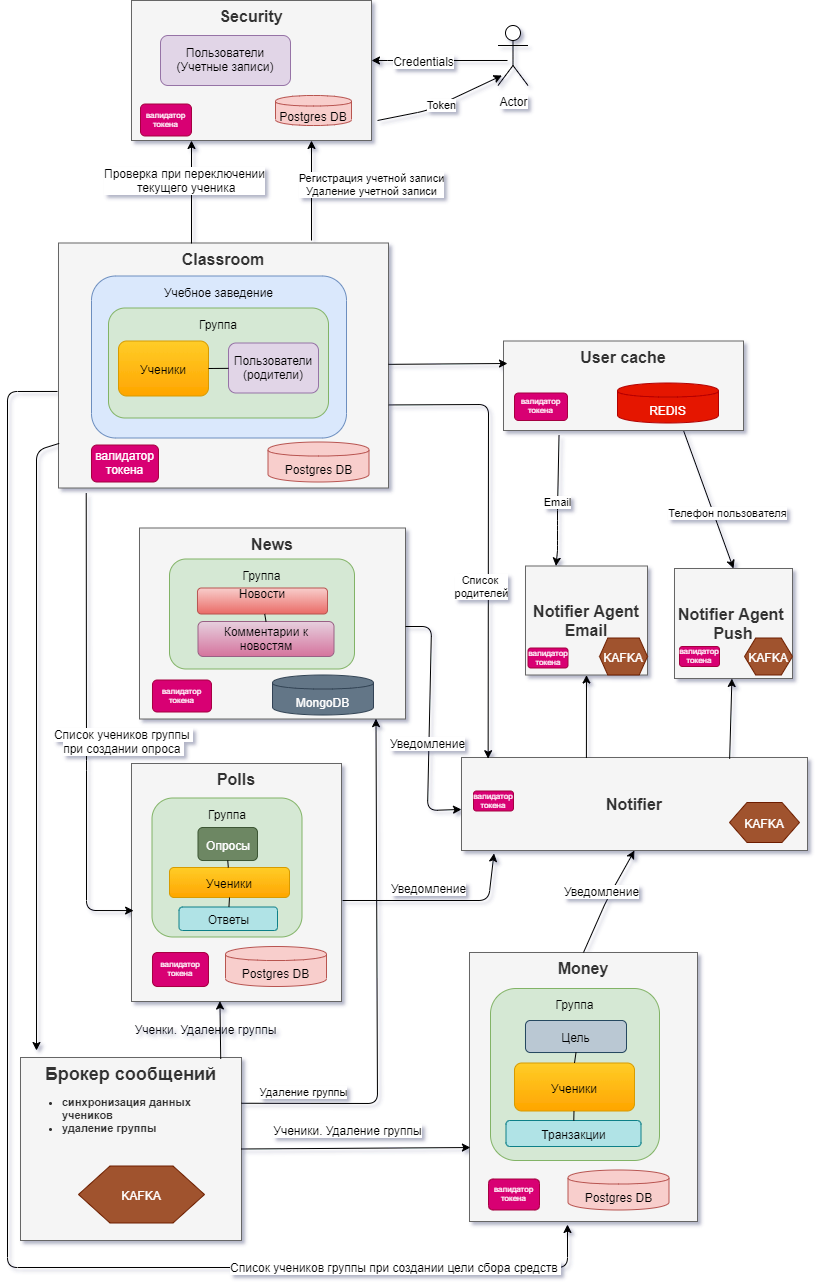
pleshakoff/pc-root keeps this draw.io diagram as pics/parcom_hw5.png. Above is the earlier version. Source tidied: cells renumbered, new cells last; positions are measured from the earlier drawing's top-left corner, leaving out a move shared by most shapes.
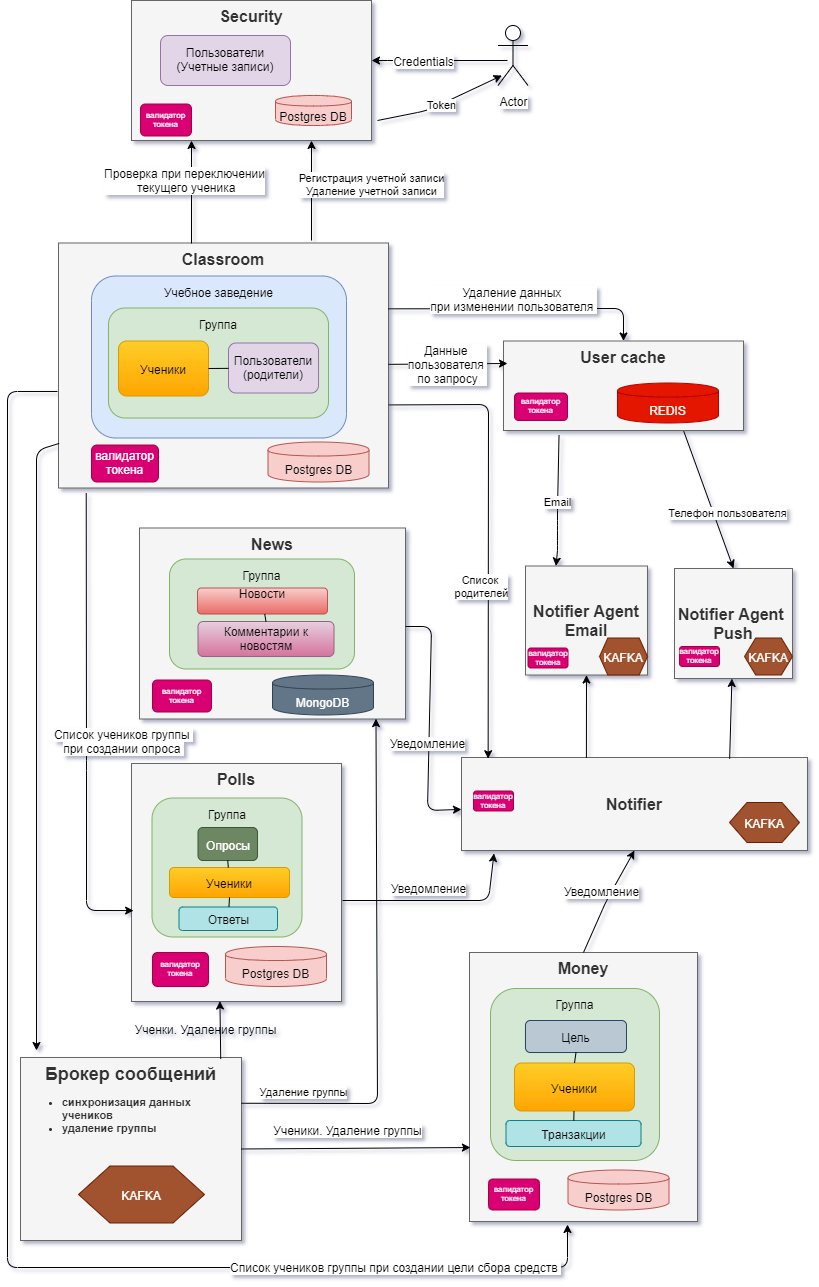
Above is the later version.

Commit message:
Обновление схемы и описания

Diff of the diagram source:
```diff
@@ -310,12 +310,30 @@
         <mxPoint x="500" y="363" as="targetPoint" />
       </mxGeometry>
     </mxCell>
+    <mxCell id="84" value="Данные &lt;br&gt;пользователя &lt;br&gt;по запросу" style="text;html=1;align=center;verticalAlign=middle;labelBackgroundColor=#ffffff;" parent="79" vertex="1">
+      <mxGeometry x="0.19" y="-3" relative="1" as="geometry">
+        <mxPoint x="-12" y="-1.3" as="offset" />
+      </mxGeometry>
+    </mxCell>
     <mxCell id="80" value="валидатор токена" style="rounded=1;whiteSpace=wrap;html=1;fillColor=#d80073;strokeColor=#A50040;fontColor=#ffffff;fontSize=8;" parent="1" vertex="1">
       <mxGeometry x="507" y="392.5" width="53" height="27.5" as="geometry" />
     </mxCell>
     <mxCell id="81" value="REDIS" style="shape=cylinder;whiteSpace=wrap;html=1;boundedLbl=1;backgroundOutline=1;fillColor=#e51400;strokeColor=#B20000;fontColor=#ffffff;" parent="1" vertex="1">
       <mxGeometry x="610" y="382.5" width="101" height="40" as="geometry" />
     </mxCell>
+    <mxCell id="85" style="endArrow=classic;startArrow=none;html=1;startFill=0;entryX=0.5;entryY=0;entryDx=0;entryDy=0;" parent="1" edge="1" target="78">
+      <mxGeometry relative="1" as="geometry">
+        <mxPoint x="381" y="308.3" as="sourcePoint" />
+        <Array as="points">
+          <mxPoint x="616" y="308" />
+        </Array>
+      </mxGeometry>
+    </mxCell>
+    <mxCell id="86" value="Удаление данных &lt;br&gt;при изменении пользователя&amp;nbsp;" style="text;html=1;align=center;verticalAlign=middle;labelBackgroundColor=#ffffff;" parent="85" vertex="1">
+      <mxGeometry x="0.19" y="-3" relative="1" as="geometry">
+        <mxPoint x="-34.5" y="-11.1" as="offset" />
+      </mxGeometry>
+    </mxCell>
     <mxCell id="82" value="Untitled Layer" parent="0" />
     <mxCell id="83" value="Postgres DB" style="shape=cylinder;whiteSpace=wrap;html=1;boundedLbl=1;backgroundOutline=1;fillColor=#f8cecc;strokeColor=#b85450;" parent="82" vertex="1">
       <mxGeometry x="260.5" y="441.5" width="101" height="40" as="geometry" />
```
